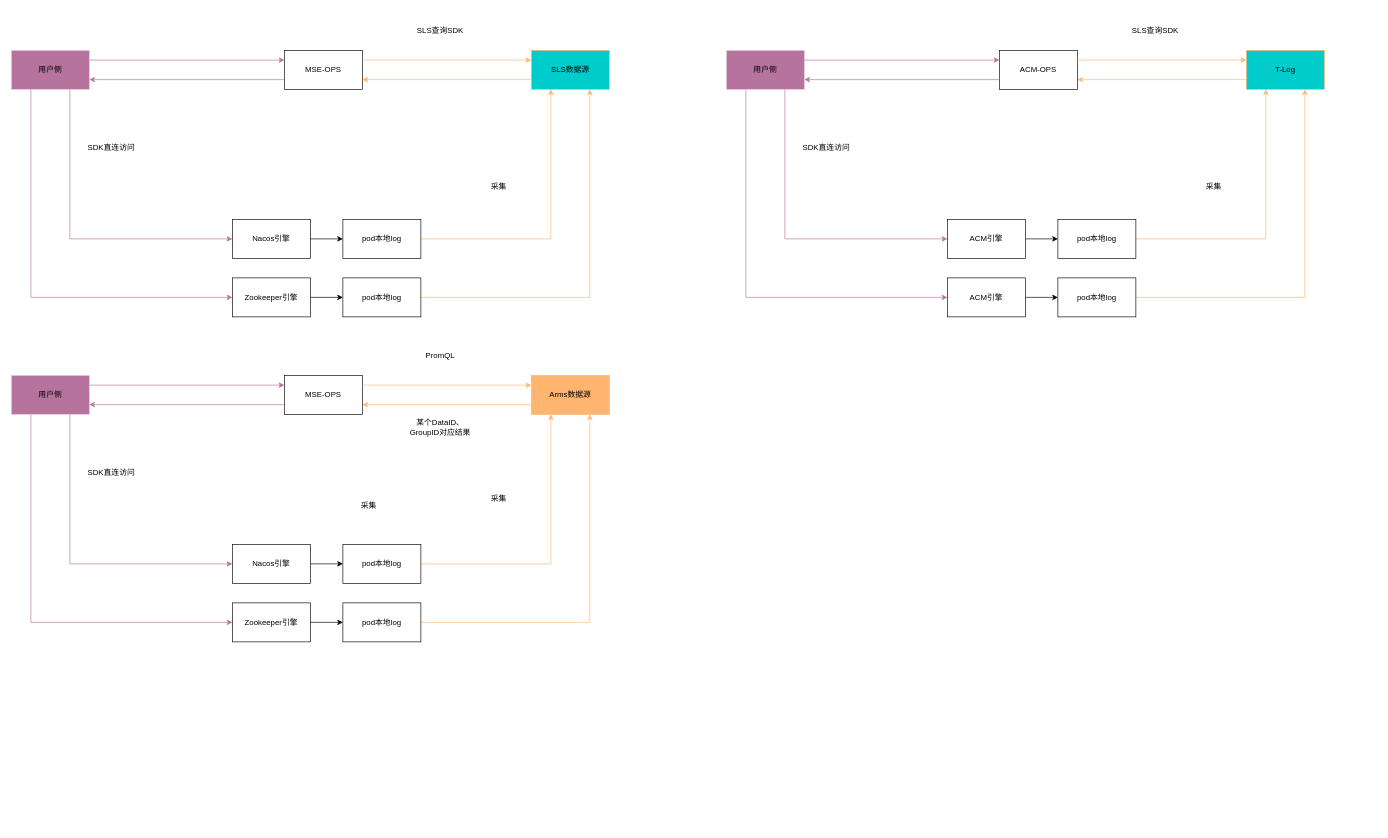
Before: newToolTest/Untitled Diagram.drawio in realJackSun/OpenNAT, a draw.io diagram. Source tidied: cells renumbered, new cells numbered last; positions are measured from the earlier drawing's top-left corner, leaving out a move shared by most shapes. Both pictures are drawn from the tidied source at 65%, with x=0, y=0 at pixel (11, 11).
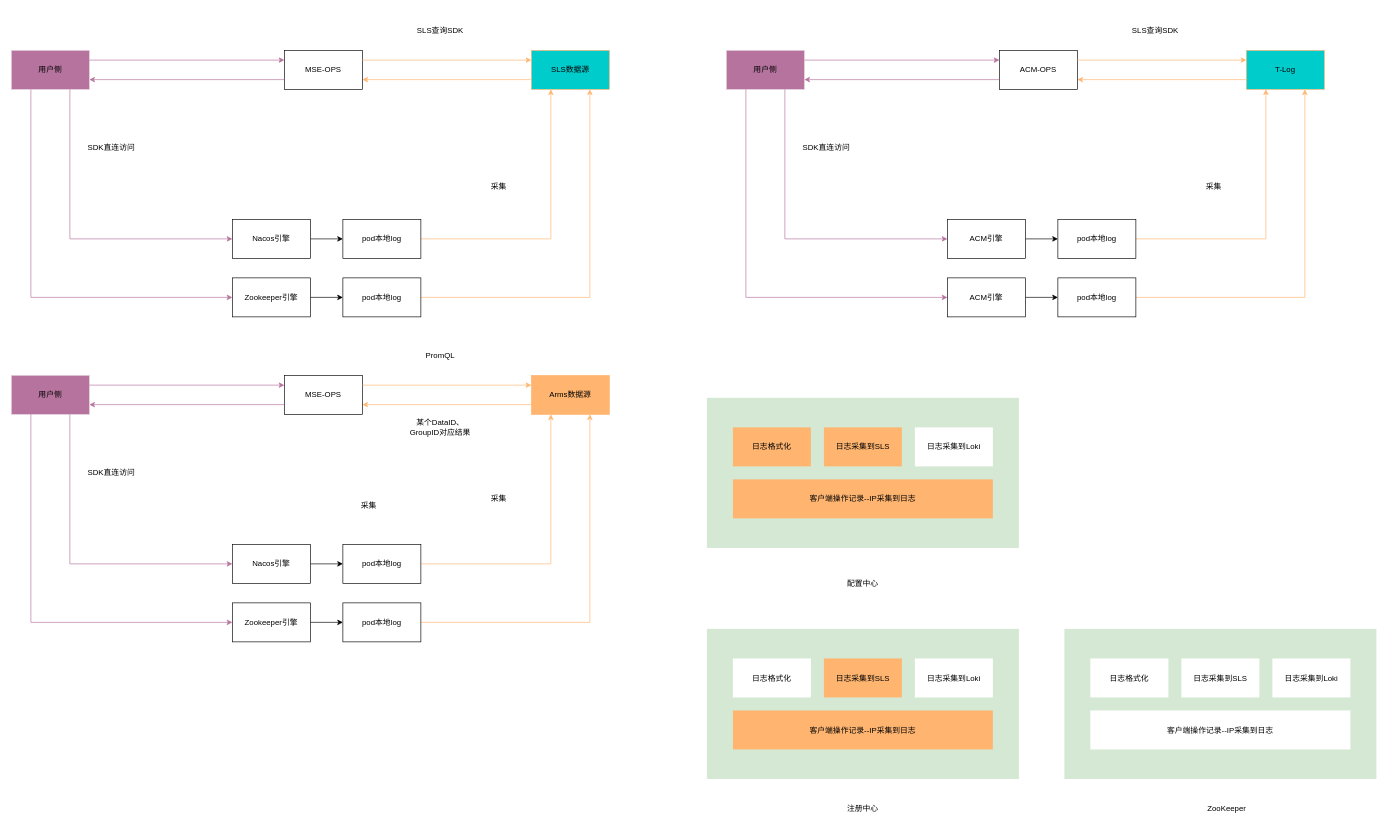
The same page after the edit.

What changed in the source:
```diff
@@
+    <mxCell id="64" style="rounded=0;whiteSpace=wrap;html=1;fillColor=#D5E8D4;strokeColor=none;" parent="1" vertex="1">
+      <mxGeometry x="1070" y="594.5" width="480" height="231" as="geometry" />
+    </mxCell>
+    <mxCell id="65" value="日志采集到SLS" style="rounded=0;whiteSpace=wrap;html=1;fillColor=#FFB570;strokeColor=none;" parent="1" vertex="1">
+      <mxGeometry x="1250" y="640" width="120" height="60" as="geometry" />
+    </mxCell>
+    <mxCell id="66" value="日志采集到Loki" style="rounded=0;whiteSpace=wrap;html=1;strokeColor=none;" parent="1" vertex="1">
+      <mxGeometry x="1390" y="640" width="120" height="60" as="geometry" />
+    </mxCell>
+    <mxCell id="67" value="客户端操作记录--IP采集到日志" style="rounded=0;whiteSpace=wrap;html=1;fillColor=#FFB570;strokeColor=none;" parent="1" vertex="1">
+      <mxGeometry x="1110" y="720" width="400" height="60" as="geometry" />
+    </mxCell>
+    <mxCell id="68" value="日志格式化" style="rounded=0;whiteSpace=wrap;html=1;fillColor=#FFB570;strokeColor=none;" parent="1" vertex="1">
+      <mxGeometry x="1110" y="640" width="120" height="60" as="geometry" />
+    </mxCell>
+    <mxCell id="69" value="配置中心" style="rounded=0;whiteSpace=wrap;html=1;strokeColor=none;" parent="1" vertex="1">
+      <mxGeometry x="1250" y="850" width="120" height="60" as="geometry" />
+    </mxCell>
+    <mxCell id="70" style="rounded=0;whiteSpace=wrap;html=1;fillColor=#D5E8D4;strokeColor=none;" parent="1" vertex="1">
+      <mxGeometry x="1620" y="950" width="480" height="231" as="geometry" />
+    </mxCell>
+    <mxCell id="71" value="注册中心" style="rounded=0;whiteSpace=wrap;html=1;strokeColor=none;" parent="1" vertex="1">
+      <mxGeometry x="1250" y="1195.5" width="120" height="60" as="geometry" />
+    </mxCell>
+    <mxCell id="72" value="日志采集到SLS" style="rounded=0;whiteSpace=wrap;html=1;strokeColor=none;" parent="1" vertex="1">
+      <mxGeometry x="1800" y="995.5" width="120" height="60" as="geometry" />
+    </mxCell>
+    <mxCell id="73" value="日志采集到Loki" style="rounded=0;whiteSpace=wrap;html=1;strokeColor=none;" parent="1" vertex="1">
+      <mxGeometry x="1940" y="995.5" width="120" height="60" as="geometry" />
+    </mxCell>
+    <mxCell id="74" value="客户端操作记录--IP采集到日志" style="rounded=0;whiteSpace=wrap;html=1;strokeColor=none;" parent="1" vertex="1">
+      <mxGeometry x="1660" y="1075.5" width="400" height="60" as="geometry" />
+    </mxCell>
+    <mxCell id="75" value="日志格式化" style="rounded=0;whiteSpace=wrap;html=1;strokeColor=none;" parent="1" vertex="1">
+      <mxGeometry x="1660" y="995.5" width="120" height="60" as="geometry" />
+    </mxCell>
+    <mxCell id="76" style="rounded=0;whiteSpace=wrap;html=1;fillColor=#D5E8D4;strokeColor=none;" parent="1" vertex="1">
+      <mxGeometry x="1070" y="950" width="480" height="231" as="geometry" />
+    </mxCell>
+    <mxCell id="77" value="ZooKeeper" style="rounded=0;whiteSpace=wrap;html=1;strokeColor=none;" parent="1" vertex="1">
+      <mxGeometry x="1810" y="1195.5" width="120" height="60" as="geometry" />
+    </mxCell>
+    <mxCell id="78" value="日志采集到SLS" style="rounded=0;whiteSpace=wrap;html=1;fillColor=#FFB570;strokeColor=none;" parent="1" vertex="1">
+      <mxGeometry x="1250" y="995.5" width="120" height="60" as="geometry" />
+    </mxCell>
+    <mxCell id="79" value="日志采集到Loki" style="rounded=0;whiteSpace=wrap;html=1;strokeColor=none;" parent="1" vertex="1">
+      <mxGeometry x="1390" y="995.5" width="120" height="60" as="geometry" />
+    </mxCell>
+    <mxCell id="80" value="客户端操作记录--IP采集到日志" style="rounded=0;whiteSpace=wrap;html=1;fillColor=#FFB570;strokeColor=none;" parent="1" vertex="1">
+      <mxGeometry x="1110" y="1075.5" width="400" height="60" as="geometry" />
+    </mxCell>
+    <mxCell id="81" value="日志格式化" style="rounded=0;whiteSpace=wrap;html=1;strokeColor=none;" parent="1" vertex="1">
+      <mxGeometry x="1110" y="995.5" width="120" height="60" as="geometry" />
+    </mxCell>
```
